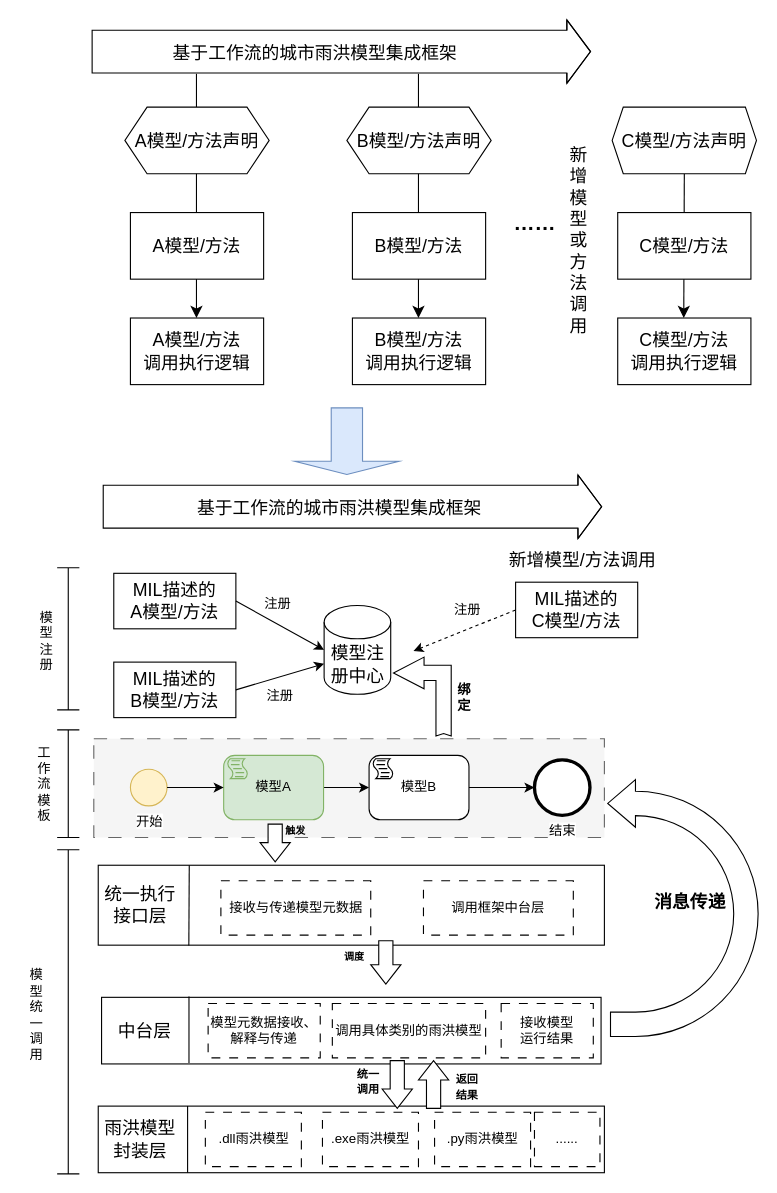
The draw.io diagram page "第 5 页" (5 of 5) of 模型接口语言注册.drawio in liujing-maker/IDEA, before the edit. Source tidied: cells renumbered, new cells numbered last; positions are measured from the earlier drawing's top-left corner, leaving out a move shared by most shapes. Both pictures are drawn from the tidied source at 111%, with x=0, y=0 at pixel (19, 51).
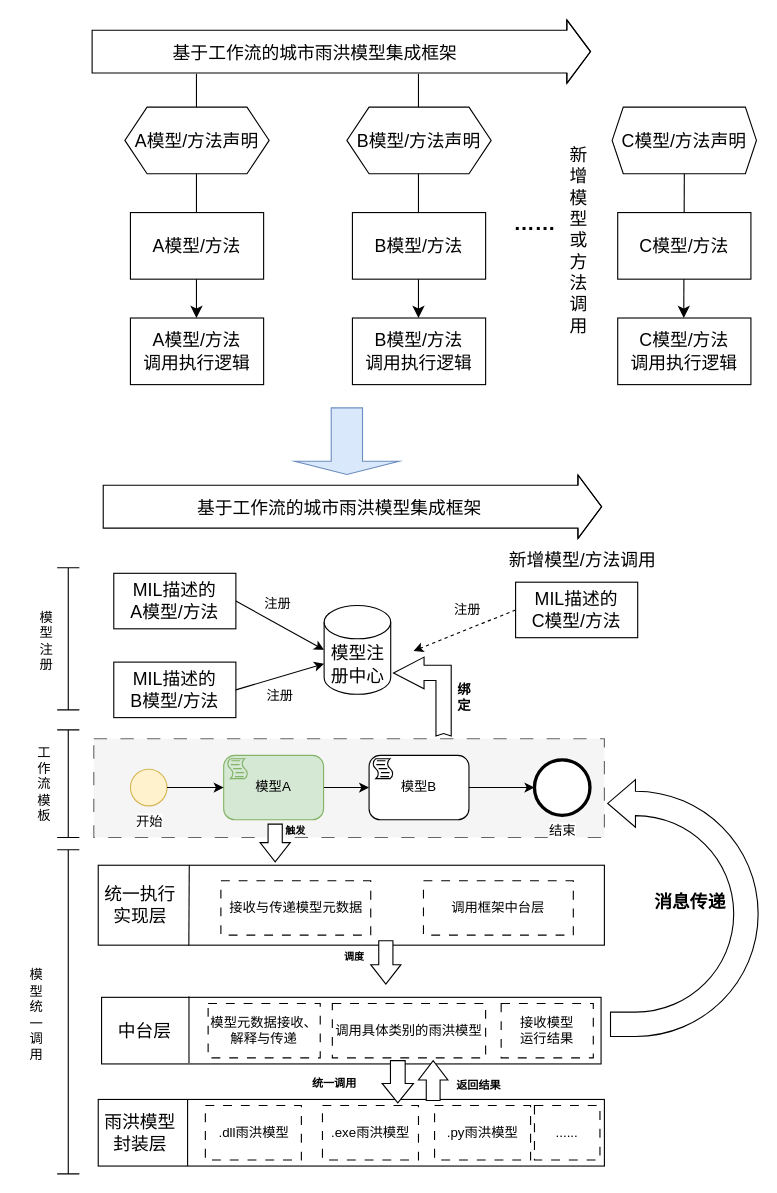
After the change.

Commit message:
更新模型接口语言注册.drawio

The edit, as a diff of the source:
```diff
@@
     <mxCell id="36" style="rounded=0;whiteSpace=wrap;html=1;" parent="1" vertex="1">
-      <mxGeometry x="71" y="950" width="456" height="60" as="geometry" />
+      <mxGeometry x="71" y="944" width="456" height="60" as="geometry" />
     </mxCell>
@@
-    <mxCell id="54" value="&lt;span style=&quot;font-size: 16px;&quot;&gt;统一执行接口层&lt;/span&gt;" style="text;html=1;align=center;verticalAlign=middle;whiteSpace=wrap;rounded=0;" parent="1" vertex="1">
+    <mxCell id="54" value="&lt;span style=&quot;font-size: 16px;&quot;&gt;统一执行实现层&lt;/span&gt;" style="text;html=1;align=center;verticalAlign=middle;whiteSpace=wrap;rounded=0;" parent="1" vertex="1">
       <mxGeometry x="74" y="754" width="70" height="30" as="geometry" />
     </mxCell>
@@
     <mxCell id="63" style="endArrow=none;html=1;rounded=0;entryX=0.175;entryY=-0.011;entryDx=0;entryDy=0;entryPerimeter=0;exitX=0.175;exitY=0.986;exitDx=0;exitDy=0;exitPerimeter=0;" parent="1" edge="1">
       <mxGeometry relative="1" as="geometry">
-        <mxPoint x="151.5" y="1010" as="sourcePoint" />
-        <mxPoint x="151.5" y="950" as="targetPoint" />
+        <mxPoint x="151.5" y="1004" as="sourcePoint" />
+        <mxPoint x="151.5" y="944" as="targetPoint" />
       </mxGeometry>
     </mxCell>
     <mxCell id="64" value="&lt;div&gt;&lt;span style=&quot;font-size: 16px;&quot;&gt;雨洪&lt;/span&gt;&lt;span style=&quot;font-size: 16px; background-color: initial;&quot;&gt;模型封装层&lt;/span&gt;&lt;/div&gt;" style="text;html=1;align=center;verticalAlign=middle;whiteSpace=wrap;rounded=0;" parent="1" vertex="1">
-      <mxGeometry x="74" y="965" width="70" height="30" as="geometry" />
+      <mxGeometry x="74" y="959" width="70" height="30" as="geometry" />
     </mxCell>
     <mxCell id="65" value=".dll雨洪模型" style="rounded=0;whiteSpace=wrap;html=1;dashed=1;dashPattern=8 8;" parent="1" vertex="1">
-      <mxGeometry x="167.5" y="955.5" width="86.5" height="49" as="geometry" />
+      <mxGeometry x="167.5" y="949.5" width="86.5" height="49" as="geometry" />
     </mxCell>
     <mxCell id="66" value=".exe雨洪模型" style="rounded=0;whiteSpace=wrap;html=1;dashed=1;dashPattern=8 8;" parent="1" vertex="1">
-      <mxGeometry x="273" y="955.5" width="86.5" height="49" as="geometry" />
+      <mxGeometry x="273" y="949.5" width="86.5" height="49" as="geometry" />
     </mxCell>
     <mxCell id="67" value=".py雨洪模型" style="rounded=0;whiteSpace=wrap;html=1;dashed=1;dashPattern=8 8;" parent="1" vertex="1">
-      <mxGeometry x="374" y="955.5" width="86.5" height="49" as="geometry" />
+      <mxGeometry x="374" y="949.5" width="86.5" height="49" as="geometry" />
     </mxCell>
     <mxCell id="68" value="......" style="rounded=0;whiteSpace=wrap;html=1;dashed=1;dashPattern=8 8;" parent="1" vertex="1">
-      <mxGeometry x="464" y="955.5" width="59" height="49" as="geometry" />
+      <mxGeometry x="464" y="949.5" width="59" height="49" as="geometry" />
     </mxCell>
     <mxCell id="69" style="html=1;shadow=0;dashed=0;align=center;verticalAlign=middle;shape=mxgraph.arrows2.arrow;dy=0.53;dx=17.41;direction=south;notch=0;" parent="1" vertex="1">
-      <mxGeometry x="326.8" y="909" width="27.2" height="43" as="geometry" />
+      <mxGeometry x="326.8" y="909" width="28.2" height="38" as="geometry" />
     </mxCell>
     <mxCell id="70" value="&lt;div style=&quot;text-align: center;&quot;&gt;&lt;font size=&quot;1&quot; face=&quot;Times New Roman&quot;&gt;&lt;b&gt;统一调用&lt;/b&gt;&lt;/font&gt;&lt;/div&gt;" style="text;whiteSpace=wrap;html=1;" parent="1" vertex="1">
-      <mxGeometry x="300" y="906.5" width="27.2" height="27" as="geometry" />
+      <mxGeometry x="261.5" y="915" width="65.2" height="27" as="geometry" />
     </mxCell>
     <mxCell id="71" style="html=1;shadow=0;dashed=0;align=center;verticalAlign=middle;shape=mxgraph.arrows2.arrow;dy=0.53;dx=17.41;direction=south;notch=0;flipV=1;" parent="1" vertex="1">
-      <mxGeometry x="359.5" y="909" width="27.2" height="43" as="geometry" />
+      <mxGeometry x="359.5" y="909" width="26.5" height="36" as="geometry" />
     </mxCell>
     <mxCell id="72" value="&lt;div style=&quot;text-align: center;&quot;&gt;&lt;font size=&quot;1&quot; face=&quot;Times New Roman&quot;&gt;&lt;b&gt;返回结果&lt;/b&gt;&lt;/font&gt;&lt;/div&gt;" style="text;whiteSpace=wrap;html=1;" parent="1" vertex="1">
-      <mxGeometry x="389" y="912" width="27.2" height="27" as="geometry" />
+      <mxGeometry x="392" y="917" width="89" height="27" as="geometry" />
     </mxCell>
```
